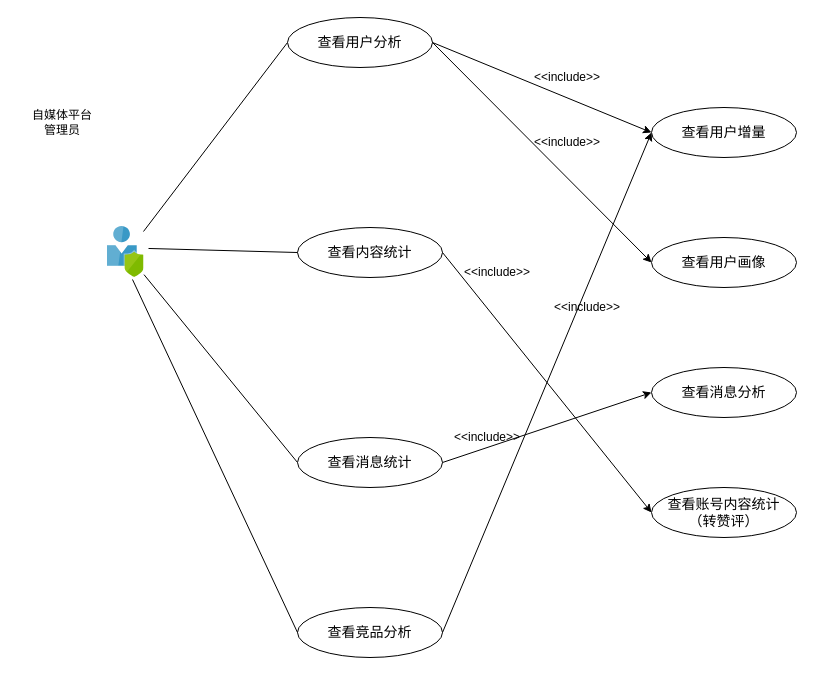
The draw.io diagram 1-SoftwareRequirements/DataAnalysis/da_usercase.drawio in zan-press/diagram, before the edit. Source tidied: cells renumbered, new cells numbered last; positions are measured from the earlier drawing's top-left corner, leaving out a move shared by most shapes. Both pictures are drawn from the tidied source at 100%, with x=0, y=0 at pixel (17, 17).
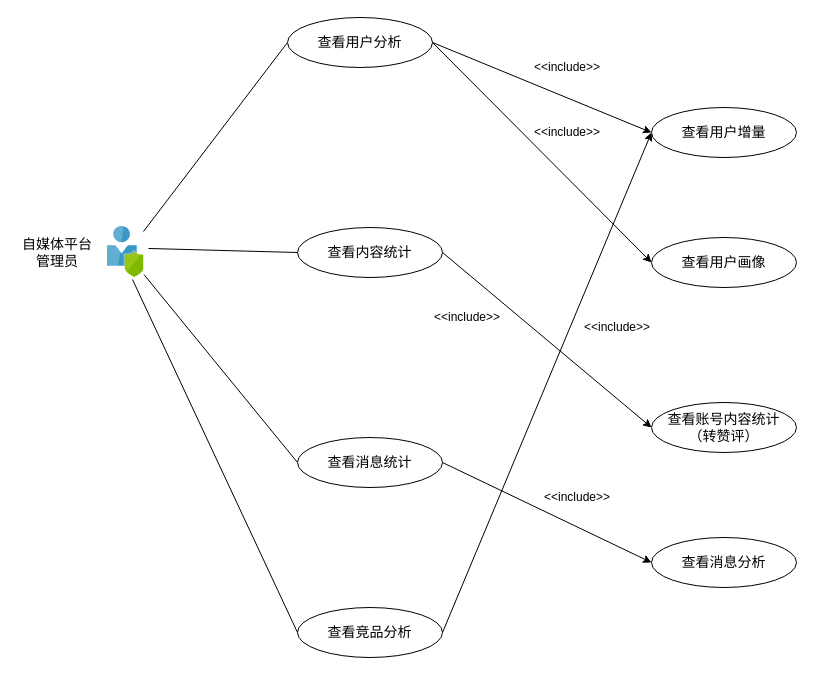
The same page after the edit.

The change refers to these unchanged cells:
```xml
<mxCell id="6" value="查看用户分析" style="ellipse;whiteSpace=wrap;html=1;fontFamily=SF Mono;fontSize=14;" parent="1" vertex="1">
  <mxGeometry x="270" width="145" height="50" as="geometry" />
</mxCell>
<mxCell id="7" value="查看消息统计" style="ellipse;whiteSpace=wrap;html=1;fontFamily=SF Mono;fontSize=14;" parent="1" vertex="1">
  <mxGeometry x="280" y="420" width="145" height="50" as="geometry" />
</mxCell>
<mxCell id="8" value="查看内容统计" style="ellipse;whiteSpace=wrap;html=1;fontFamily=SF Mono;fontSize=14;" parent="1" vertex="1">
  <mxGeometry x="280" y="210" width="145" height="50" as="geometry" />
</mxCell>
<mxCell id="9" value="查看竞品分析" style="ellipse;whiteSpace=wrap;html=1;fontFamily=SF Mono;fontSize=14;" parent="1" vertex="1">
  <mxGeometry x="280" y="590" width="145" height="50" as="geometry" />
</mxCell>
<mxCell id="12" value="查看用户增量" style="ellipse;whiteSpace=wrap;html=1;fontFamily=SF Mono;fontSize=14;" parent="1" vertex="1">
  <mxGeometry x="634" y="90" width="145" height="50" as="geometry" />
</mxCell>
<mxCell id="13" value="查看用户画像" style="ellipse;whiteSpace=wrap;html=1;fontFamily=SF Mono;fontSize=14;" parent="1" vertex="1">
  <mxGeometry x="634" y="220" width="145" height="50" as="geometry" />
</mxCell>
```

Diff of the diagram source:
```diff
@@
-    <mxCell id="3" style="rounded=0;jettySize=auto;html=1;endArrow=none;endFill=0;entryX=0;entryY=0.5;entryDx=0;entryDy=0;" parent="1" edge="1" source="4" target="7">
+    <mxCell id="3" style="rounded=0;jettySize=auto;html=1;endArrow=none;endFill=0;entryX=0;entryY=0.5;entryDx=0;entryDy=0;fontFamily=SF Mono;" parent="1" edge="1" source="4" target="7">
       <mxGeometry relative="1" as="geometry" />
     </mxCell>
-    <mxCell id="4" style="html=1;points=[];align=center;image;fontSize=12;image=img/lib/mscae/User_Privacy.svg;" parent="1" vertex="1">
+    <mxCell id="4" style="html=1;points=[];align=center;image;fontSize=12;image=img/lib/mscae/User_Privacy.svg;fontFamily=SF Mono;" parent="1" vertex="1">
       <mxGeometry x="89.5" y="209" width="37" height="51" as="geometry" />
     </mxCell>
-    <mxCell id="5" value="自媒体平台&lt;br&gt;管理员" style="text;html=1;strokeColor=none;fillColor=none;align=center;verticalAlign=middle;whiteSpace=wrap;rounded=0;fontFamily=SF Mono;fontStyle=0;" parent="1" vertex="1">
-      <mxGeometry x="-0.5" y="90" width="90" height="30" as="geometry" />
+    <mxCell id="5" value="自媒体平台&lt;br style=&quot;font-size: 14px;&quot;&gt;管理员" style="text;html=1;strokeColor=none;fillColor=none;align=center;verticalAlign=middle;whiteSpace=wrap;rounded=0;fontFamily=SF Mono;fontStyle=0;fontSize=14;" parent="1" vertex="1">
+      <mxGeometry y="220" width="80" height="30" as="geometry" />
     </mxCell>
@@
-    <mxCell id="10" style="endArrow=none;html=1;exitX=1.122;exitY=0.431;exitDx=0;exitDy=0;exitPerimeter=0;entryX=0;entryY=0.5;entryDx=0;entryDy=0;" parent="1" edge="1" source="4" target="8">
+    <mxCell id="10" style="endArrow=none;html=1;exitX=1.122;exitY=0.431;exitDx=0;exitDy=0;exitPerimeter=0;entryX=0;entryY=0.5;entryDx=0;entryDy=0;fontFamily=SF Mono;" parent="1" edge="1" source="4" target="8">
       <mxGeometry relative="1" as="geometry" />
     </mxCell>
-    <mxCell id="11" style="endArrow=none;html=1;exitX=0.689;exitY=1.039;exitDx=0;exitDy=0;exitPerimeter=0;entryX=0;entryY=0.5;entryDx=0;entryDy=0;" parent="1" edge="1" source="4" target="9">
+    <mxCell id="11" style="endArrow=none;html=1;exitX=0.689;exitY=1.039;exitDx=0;exitDy=0;exitPerimeter=0;entryX=0;entryY=0.5;entryDx=0;entryDy=0;fontFamily=SF Mono;" parent="1" edge="1" source="4" target="9">
       <mxGeometry relative="1" as="geometry" />
     </mxCell>
@@
     <mxCell id="14" value="查看消息分析" style="ellipse;whiteSpace=wrap;html=1;fontFamily=SF Mono;fontSize=14;" parent="1" vertex="1">
-      <mxGeometry x="634" y="350" width="145" height="50" as="geometry" />
+      <mxGeometry x="634" y="520" width="145" height="50" as="geometry" />
     </mxCell>
     <mxCell id="15" value="查看账号内容统计&lt;br&gt;（转赞评）" style="ellipse;whiteSpace=wrap;html=1;fontFamily=SF Mono;fontSize=14;" parent="1" vertex="1">
-      <mxGeometry x="634" y="470" width="145" height="50" as="geometry" />
+      <mxGeometry x="634" y="385" width="145" height="50" as="geometry" />
     </mxCell>
-    <mxCell id="16" style="endArrow=classic;html=1;entryX=0;entryY=0.5;entryDx=0;entryDy=0;exitX=1;exitY=0.5;exitDx=0;exitDy=0;" parent="1" edge="1" source="6" target="13">
+    <mxCell id="16" style="endArrow=classic;html=1;entryX=0;entryY=0.5;entryDx=0;entryDy=0;exitX=1;exitY=0.5;exitDx=0;exitDy=0;fontFamily=SF Mono;" parent="1" edge="1" source="6" target="13">
       <mxGeometry relative="1" as="geometry" />
     </mxCell>
-    <mxCell id="17" style="endArrow=classic;html=1;exitX=1;exitY=0.5;exitDx=0;exitDy=0;entryX=0;entryY=0.5;entryDx=0;entryDy=0;" parent="1" edge="1" source="6" target="12">
+    <mxCell id="17" style="endArrow=classic;html=1;exitX=1;exitY=0.5;exitDx=0;exitDy=0;entryX=0;entryY=0.5;entryDx=0;entryDy=0;fontFamily=SF Mono;" parent="1" edge="1" source="6" target="12">
       <mxGeometry relative="1" as="geometry" />
     </mxCell>
-    <mxCell id="18" style="endArrow=classic;html=1;exitX=1;exitY=0.5;exitDx=0;exitDy=0;entryX=0;entryY=0.5;entryDx=0;entryDy=0;" parent="1" edge="1" source="8" target="15">
+    <mxCell id="18" style="endArrow=classic;html=1;exitX=1;exitY=0.5;exitDx=0;exitDy=0;entryX=0;entryY=0.5;entryDx=0;entryDy=0;fontFamily=SF Mono;" parent="1" edge="1" source="8" target="15">
       <mxGeometry relative="1" as="geometry" />
     </mxCell>
-    <mxCell id="19" style="endArrow=classic;html=1;exitX=1;exitY=0.5;exitDx=0;exitDy=0;entryX=0;entryY=0.5;entryDx=0;entryDy=0;" parent="1" edge="1" source="7" target="14">
+    <mxCell id="19" style="endArrow=classic;html=1;exitX=1;exitY=0.5;exitDx=0;exitDy=0;entryX=0;entryY=0.5;entryDx=0;entryDy=0;fontFamily=SF Mono;" parent="1" edge="1" source="7" target="14">
       <mxGeometry relative="1" as="geometry" />
     </mxCell>
-    <mxCell id="20" style="endArrow=classic;html=1;exitX=1;exitY=0.5;exitDx=0;exitDy=0;entryX=0;entryY=0.5;entryDx=0;entryDy=0;" parent="1" edge="1" source="9" target="12">
+    <mxCell id="20" style="endArrow=classic;html=1;exitX=1;exitY=0.5;exitDx=0;exitDy=0;entryX=0;entryY=0.5;entryDx=0;entryDy=0;fontFamily=SF Mono;" parent="1" edge="1" source="9" target="12">
       <mxGeometry relative="1" as="geometry" />
     </mxCell>
-    <mxCell id="21" value="&amp;lt;&amp;lt;include&amp;gt;&amp;gt;" style="text;html=1;strokeColor=none;fillColor=none;align=center;verticalAlign=middle;whiteSpace=wrap;rounded=0;" parent="1" vertex="1">
-      <mxGeometry x="530" y="50" width="40" height="20" as="geometry" />
+    <mxCell id="21" value="&amp;lt;&amp;lt;include&amp;gt;&amp;gt;" style="text;html=1;strokeColor=none;fillColor=none;align=center;verticalAlign=middle;whiteSpace=wrap;rounded=0;fontFamily=SF Mono;" parent="1" vertex="1">
+      <mxGeometry x="530" y="40" width="40" height="20" as="geometry" />
     </mxCell>
-    <mxCell id="22" value="&amp;lt;&amp;lt;include&amp;gt;&amp;gt;" style="text;html=1;strokeColor=none;fillColor=none;align=center;verticalAlign=middle;whiteSpace=wrap;rounded=0;" parent="1" vertex="1">
-      <mxGeometry x="530" y="115" width="40" height="20" as="geometry" />
+    <mxCell id="22" value="&amp;lt;&amp;lt;include&amp;gt;&amp;gt;" style="text;html=1;strokeColor=none;fillColor=none;align=center;verticalAlign=middle;whiteSpace=wrap;rounded=0;fontFamily=SF Mono;" parent="1" vertex="1">
+      <mxGeometry x="530" y="105" width="40" height="20" as="geometry" />
     </mxCell>
-    <mxCell id="23" value="&amp;lt;&amp;lt;include&amp;gt;&amp;gt;" style="text;html=1;strokeColor=none;fillColor=none;align=center;verticalAlign=middle;whiteSpace=wrap;rounded=0;" parent="1" vertex="1">
-      <mxGeometry x="460" y="245" width="40" height="20" as="geometry" />
+    <mxCell id="23" value="&amp;lt;&amp;lt;include&amp;gt;&amp;gt;" style="text;html=1;strokeColor=none;fillColor=none;align=center;verticalAlign=middle;whiteSpace=wrap;rounded=0;fontFamily=SF Mono;" parent="1" vertex="1">
+      <mxGeometry x="430" y="290" width="40" height="20" as="geometry" />
     </mxCell>
-    <mxCell id="24" value="&amp;lt;&amp;lt;include&amp;gt;&amp;gt;" style="text;html=1;strokeColor=none;fillColor=none;align=center;verticalAlign=middle;whiteSpace=wrap;rounded=0;" parent="1" vertex="1">
-      <mxGeometry x="450" y="410" width="40" height="20" as="geometry" />
+    <mxCell id="24" value="&amp;lt;&amp;lt;include&amp;gt;&amp;gt;" style="text;html=1;strokeColor=none;fillColor=none;align=center;verticalAlign=middle;whiteSpace=wrap;rounded=0;fontFamily=SF Mono;" parent="1" vertex="1">
+      <mxGeometry x="540" y="470" width="40" height="20" as="geometry" />
     </mxCell>
-    <mxCell id="25" value="&amp;lt;&amp;lt;include&amp;gt;&amp;gt;" style="text;html=1;strokeColor=none;fillColor=none;align=center;verticalAlign=middle;whiteSpace=wrap;rounded=0;" parent="1" vertex="1">
-      <mxGeometry x="550" y="280" width="40" height="20" as="geometry" />
+    <mxCell id="25" value="&amp;lt;&amp;lt;include&amp;gt;&amp;gt;" style="text;html=1;strokeColor=none;fillColor=none;align=center;verticalAlign=middle;whiteSpace=wrap;rounded=0;fontFamily=SF Mono;" parent="1" vertex="1">
+      <mxGeometry x="580" y="300" width="40" height="20" as="geometry" />
     </mxCell>
```
